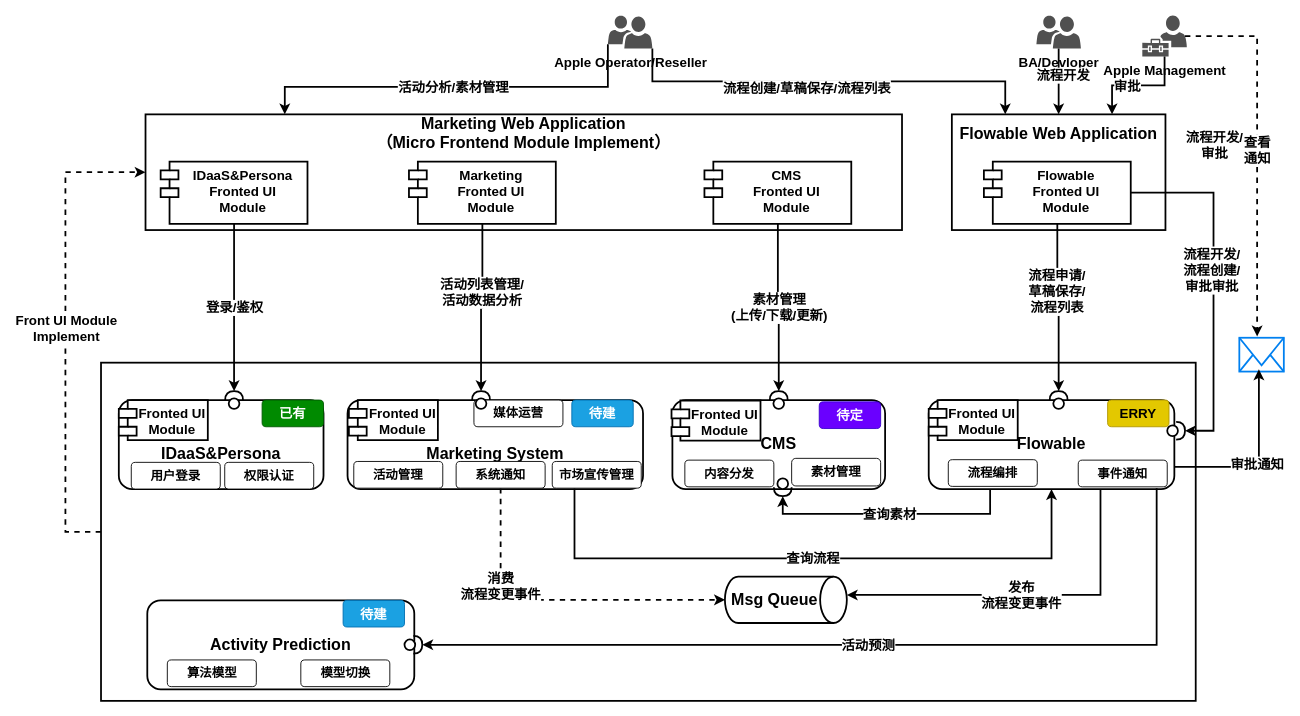
Above: page "mkt architecture-2" (15 of 19) of Enterprise-Architecture.drawio in jackie-thank/beego-authz (draw.io), before the change. Source tidied: cells renumbered, new cells numbered last; positions are measured from the earlier drawing's top-left corner, leaving out a move shared by most shapes. Both pictures are drawn from the tidied source at 89%, with x=0, y=0 at pixel (65, 15).
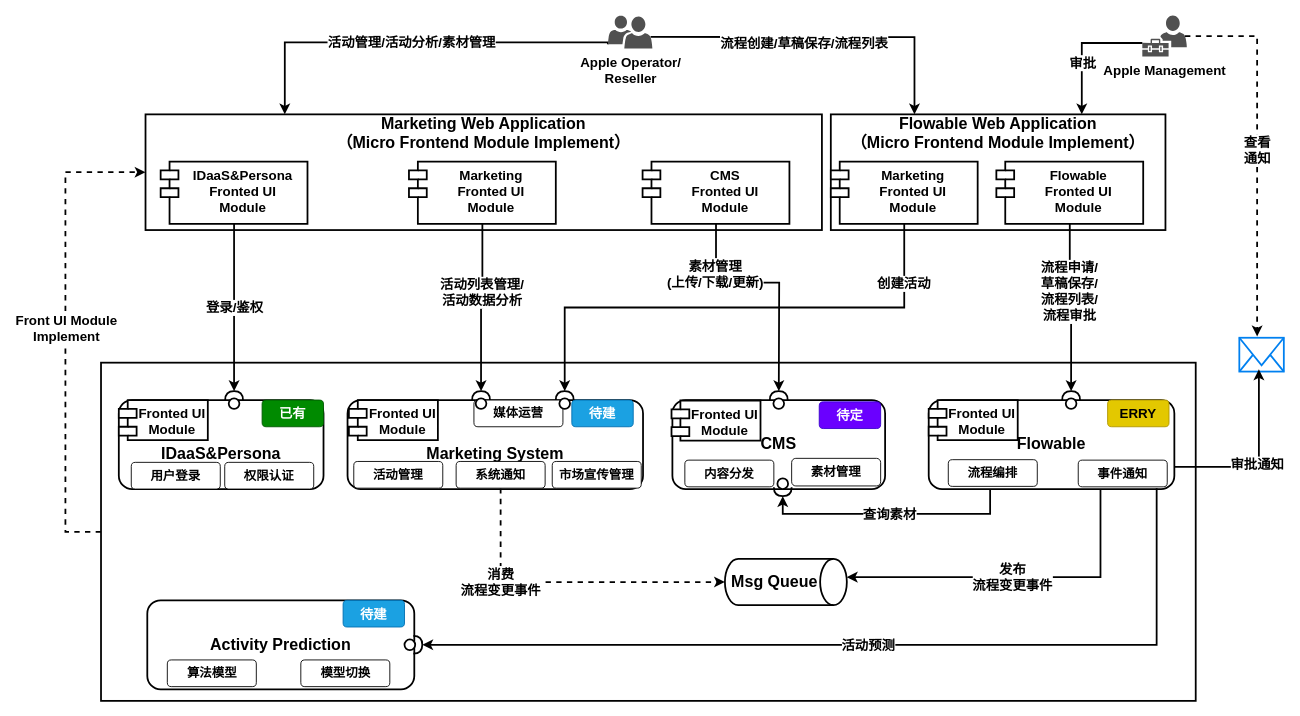
Above is the later version.

Unchanged cells that the change refers to:
```xml
<mxCell id="11" style="edgeStyle=orthogonalEdgeStyle;rounded=0;jettySize=auto;html=1;exitX=0.5;exitY=1;exitDx=0;exitDy=0;fontSize=15;fontStyle=0;strokeWidth=2;entryX=1;entryY=0.5;entryDx=0;entryDy=0;entryPerimeter=0;" parent="1" edge="1" source="17" target="61">
  <mxGeometry relative="1" as="geometry" />
</mxCell>
<mxCell id="24" value="Flowable" style="rounded=1;whiteSpace=wrap;html=1;strokeWidth=2;fontSize=18;fontStyle=1;" parent="1" vertex="1">
  <mxGeometry x="970" y="432" width="276" height="100" as="geometry" />
</mxCell>
<mxCell id="28" style="shape=providedRequiredInterface;html=1;verticalLabelPosition=bottom;sketch=0;strokeWidth=2;rotation=-180;direction=south;" parent="1" vertex="1">
  <mxGeometry x="791.5" y="422" width="20" height="20" as="geometry" />
</mxCell>
<mxCell id="31" value="Apple Management" style="sketch=0;shadow=0;dashed=0;html=1;strokeColor=none;labelPosition=center;verticalLabelPosition=bottom;verticalAlign=top;align=center;fillColor=#505050;shape=mxgraph.mscae.intune.user_management;fontSize=15;fontStyle=1;" parent="1" vertex="1">
  <mxGeometry x="1210" width="50" height="46" as="geometry" />
</mxCell>
<mxCell id="48" value="市场宣传管理" style="rounded=1;whiteSpace=wrap;html=1;fontStyle=1;fontSize=14;" parent="1" vertex="1">
  <mxGeometry x="547" y="501" width="100" height="30" as="geometry" />
</mxCell>
```

Change to the diagram source:
```diff
@@
-    <mxCell id="2" value="&lt;div&gt;Flowable Web Application&lt;/div&gt;&lt;div&gt;&lt;br&gt;&lt;/div&gt;&lt;div&gt;&lt;br&gt;&lt;/div&gt;&lt;div&gt;&lt;br&gt;&lt;/div&gt;&lt;div&gt;&lt;br&gt;&lt;/div&gt;" style="rounded=0;whiteSpace=wrap;html=1;strokeWidth=2;fontSize=18;fontStyle=1;" parent="1" vertex="1">
-      <mxGeometry x="996" y="111" width="240" height="130" as="geometry" />
+    <mxCell id="2" value="&lt;div&gt;Flowable Web Application&lt;/div&gt;&lt;div&gt;（Micro Frontend Module Implement）&lt;/div&gt;&lt;div&gt;&lt;br&gt;&lt;/div&gt;&lt;div&gt;&lt;br&gt;&lt;/div&gt;&lt;div&gt;&lt;br&gt;&lt;/div&gt;&lt;div&gt;&lt;br&gt;&lt;/div&gt;" style="rounded=0;whiteSpace=wrap;html=1;strokeWidth=2;fontSize=18;fontStyle=1;" parent="1" vertex="1">
+      <mxGeometry x="860" y="111" width="376" height="130" as="geometry" />
     </mxCell>
     <mxCell id="3" value="&lt;div&gt;Marketing Web Application&lt;/div&gt;&lt;div&gt;（Micro Frontend Module Implement）&lt;/div&gt;&lt;div&gt;&lt;br&gt;&lt;/div&gt;&lt;div&gt;&lt;br&gt;&lt;/div&gt;&lt;div&gt;&lt;br&gt;&lt;/div&gt;&lt;div&gt;&lt;br&gt;&lt;/div&gt;" style="rounded=0;whiteSpace=wrap;html=1;strokeWidth=2;fontSize=18;fontStyle=1;" parent="1" vertex="1">
-      <mxGeometry x="90" y="111" width="850" height="130" as="geometry" />
+      <mxGeometry x="90" y="111" width="760" height="130" as="geometry" />
     </mxCell>
@@
-    <mxCell id="12" value="&lt;div&gt;流程申请/&lt;/div&gt;&lt;div&gt;草稿保存/&lt;/div&gt;&lt;div&gt;流程列表&lt;/div&gt;" style="edgeLabel;html=1;align=center;verticalAlign=middle;fontSize=15;fontStyle=1;" parent="11" vertex="1">
+    <mxCell id="12" value="&lt;div&gt;流程申请/&lt;/div&gt;&lt;div&gt;草稿保存/&lt;/div&gt;&lt;div&gt;流程列表/&lt;/div&gt;&lt;div&gt;流程审批&lt;/div&gt;" style="edgeLabel;html=1;align=center;verticalAlign=middle;fontSize=15;fontStyle=1;" parent="11" vertex="1">
       <mxGeometry x="-0.21" y="-1" relative="1" as="geometry" />
     </mxCell>
     <mxCell id="13" value="&lt;div style=&quot;font-size: 15px;&quot;&gt;CMS&lt;/div&gt;&lt;div style=&quot;font-size: 15px;&quot;&gt;Fronted UI&lt;br style=&quot;font-size: 15px;&quot;&gt;&lt;/div&gt;&lt;div style=&quot;font-size: 15px;&quot;&gt;Module&lt;/div&gt;" style="shape=module;align=left;spacingLeft=20;align=center;verticalAlign=top;whiteSpace=wrap;html=1;fontSize=15;fontStyle=1;strokeWidth=2;" parent="1" vertex="1">
-      <mxGeometry x="718" y="164" width="165" height="70" as="geometry" />
+      <mxGeometry x="648.5" y="164" width="165" height="70" as="geometry" />
     </mxCell>
-    <mxCell id="14" style="rounded=0;jettySize=auto;html=1;exitX=1;exitY=0.5;exitDx=0;exitDy=0;entryX=1;entryY=0.5;entryDx=0;entryDy=0;strokeWidth=2;fontSize=15;fontStyle=1;entryPerimeter=0;edgeStyle=orthogonalEdgeStyle;" parent="1" edge="1" source="17" target="62">
-      <mxGeometry relative="1" as="geometry">
-        <Array as="points">
-          <mxPoint x="1290" y="199" />
-          <mxPoint x="1290" y="467" />
-        </Array>
-      </mxGeometry>
-    </mxCell>
-    <mxCell id="15" value="&lt;div&gt;流程开发/&lt;/div&gt;&lt;div&gt;审批&lt;/div&gt;" style="edgeLabel;html=1;align=center;verticalAlign=middle;fontSize=15;fontStyle=1;" parent="14" vertex="1">
-      <mxGeometry x="-0.12" relative="1" as="geometry">
-        <mxPoint y="-134" as="offset" />
-      </mxGeometry>
-    </mxCell>
-    <mxCell id="16" value="&lt;div&gt;流程开发/&lt;/div&gt;&lt;div&gt;流程创建/&lt;/div&gt;&lt;div&gt;审批审批&lt;/div&gt;" style="edgeLabel;html=1;align=center;verticalAlign=middle;fontSize=15;fontStyle=1;" parent="14" vertex="1">
-      <mxGeometry x="-0.09" y="-3" relative="1" as="geometry" />
-    </mxCell>
     <mxCell id="17" value="&lt;div style=&quot;font-size: 15px;&quot;&gt;&lt;div&gt;&lt;/div&gt;&lt;/div&gt;&lt;div&gt;Flowable&lt;/div&gt;&lt;div&gt;Fronted UI&lt;/div&gt;&lt;div&gt;Module&lt;/div&gt;" style="shape=module;align=left;spacingLeft=20;align=center;verticalAlign=top;whiteSpace=wrap;html=1;fontSize=15;fontStyle=1;strokeWidth=2;" parent="1" vertex="1">
-      <mxGeometry x="1032" y="164" width="165" height="70" as="geometry" />
+      <mxGeometry x="1046" y="164" width="165" height="70" as="geometry" />
     </mxCell>
@@
-    <mxCell id="27" value="查询流程" style="edgeStyle=orthogonalEdgeStyle;rounded=0;jettySize=auto;html=1;exitX=0.25;exitY=1;exitDx=0;exitDy=0;entryX=0.5;entryY=1;entryDx=0;entryDy=0;strokeWidth=2;fontSize=15;fontStyle=1;" parent="1" edge="1" source="48" target="24">
-      <mxGeometry relative="1" as="geometry">
-        <Array as="points">
-          <mxPoint x="572" y="610" />
-          <mxPoint x="1108" y="610" />
-        </Array>
-      </mxGeometry>
-    </mxCell>
@@
-    <mxCell id="33" style="rounded=0;jettySize=auto;html=1;exitX=0.5;exitY=1;exitDx=0;exitDy=0;exitPerimeter=0;strokeWidth=2;edgeStyle=orthogonalEdgeStyle;entryX=0.75;entryY=0;entryDx=0;entryDy=0;" parent="1" edge="1" source="31" target="2">
+    <mxCell id="33" style="rounded=0;jettySize=auto;html=1;exitX=0;exitY=0.67;exitDx=0;exitDy=0;exitPerimeter=0;strokeWidth=2;edgeStyle=orthogonalEdgeStyle;entryX=0.75;entryY=0;entryDx=0;entryDy=0;" parent="1" edge="1" source="31" target="2">
       <mxGeometry relative="1" as="geometry" />
     </mxCell>
@@
     <mxCell id="35" style="shape=cylinder3;whiteSpace=wrap;html=1;boundedLbl=1;backgroundOutline=1;size=15;rotation=90;strokeWidth=2;fontSize=18;fontStyle=1;" parent="1" vertex="1">
-      <mxGeometry x="783.5" y="588" width="52" height="137" as="geometry" />
+      <mxGeometry x="783.5" y="568" width="52" height="137" as="geometry" />
     </mxCell>
     <mxCell id="36" value="Msg Queue" style="text;html=1;align=center;verticalAlign=middle;whiteSpace=wrap;rounded=0;strokeWidth=2;fontSize=18;fontStyle=1;" parent="1" vertex="1">
-      <mxGeometry x="747" y="641.5" width="100" height="30" as="geometry" />
+      <mxGeometry x="747" y="621.5" width="100" height="30" as="geometry" />
     </mxCell>
@@
-    <mxCell id="38" style="rounded=0;jettySize=auto;html=1;exitX=1;exitY=1;exitDx=0;exitDy=0;exitPerimeter=0;entryX=0.25;entryY=0;entryDx=0;entryDy=0;strokeWidth=2;edgeStyle=orthogonalEdgeStyle;" parent="1" edge="1" source="41" target="2">
-      <mxGeometry relative="1" as="geometry" />
+    <mxCell id="38" style="rounded=0;jettySize=auto;html=1;exitX=0.96;exitY=0.65;exitDx=0;exitDy=0;exitPerimeter=0;entryX=0.25;entryY=0;entryDx=0;entryDy=0;strokeWidth=2;edgeStyle=orthogonalEdgeStyle;" parent="1" edge="1" source="41" target="2">
+      <mxGeometry relative="1" as="geometry">
+        <Array as="points">
+          <mxPoint x="954" y="24" />
+        </Array>
+      </mxGeometry>
     </mxCell>
@@
-    <mxCell id="40" value="活动分析/素材管理" style="rounded=0;jettySize=auto;html=1;exitX=0;exitY=0.87;exitDx=0;exitDy=0;exitPerimeter=0;entryX=0.25;entryY=0;entryDx=0;entryDy=0;strokeWidth=2;fontSize=15;fontStyle=1;edgeStyle=orthogonalEdgeStyle;" parent="1" edge="1" source="41">
+    <mxCell id="40" value="活动管理/活动分析/素材管理" style="rounded=0;jettySize=auto;html=1;exitX=0;exitY=0.87;exitDx=0;exitDy=0;exitPerimeter=0;entryX=0.25;entryY=0;entryDx=0;entryDy=0;strokeWidth=2;fontSize=15;fontStyle=1;edgeStyle=orthogonalEdgeStyle;" parent="1" edge="1" source="41">
       <mxGeometry relative="1" as="geometry">
         <mxPoint x="246.5" y="111" as="targetPoint" />
         <Array as="points">
-          <mxPoint x="609" y="80" />
-          <mxPoint x="247" y="80" />
+          <mxPoint x="610" y="30" />
+          <mxPoint x="247" y="30" />
         </Array>
       </mxGeometry>
     </mxCell>
-    <mxCell id="41" value="Apple Operator/Reseller" style="sketch=0;shadow=0;dashed=0;html=1;strokeColor=none;labelPosition=center;verticalLabelPosition=bottom;verticalAlign=top;align=center;fillColor=#505050;shape=mxgraph.mscae.intune.user_group;fontSize=15;fontStyle=1;" parent="1" vertex="1">
+    <mxCell id="41" value="&lt;div&gt;Apple Operator/&lt;/div&gt;&lt;div&gt;Reseller&lt;/div&gt;" style="sketch=0;shadow=0;dashed=0;html=1;strokeColor=none;labelPosition=center;verticalLabelPosition=bottom;verticalAlign=top;align=center;fillColor=#505050;shape=mxgraph.mscae.intune.user_group;fontSize=15;fontStyle=1;" parent="1" vertex="1">
       <mxGeometry x="609.5" width="50" height="37" as="geometry" />
     </mxCell>
@@
-    <mxCell id="56" value="BA/Devloper" style="sketch=0;shadow=0;dashed=0;html=1;strokeColor=none;labelPosition=center;verticalLabelPosition=bottom;verticalAlign=top;align=center;fillColor=#505050;shape=mxgraph.mscae.intune.user_group;fontSize=15;fontStyle=1;" parent="1" vertex="1">
-      <mxGeometry x="1091" width="50" height="37" as="geometry" />
-    </mxCell>
-    <mxCell id="57" style="rounded=0;jettySize=auto;html=1;exitX=0.5;exitY=1;exitDx=0;exitDy=0;exitPerimeter=0;strokeWidth=2;edgeStyle=orthogonalEdgeStyle;entryX=0.5;entryY=0;entryDx=0;entryDy=0;" parent="1" edge="1" source="56" target="2">
-      <mxGeometry relative="1" as="geometry" />
-    </mxCell>
-    <mxCell id="58" value="流程开发" style="edgeLabel;html=1;align=center;verticalAlign=middle;fontSize=15;fontStyle=1;" parent="57" vertex="1">
-      <mxGeometry x="-0.23" y="4" relative="1" as="geometry">
-        <mxPoint y="1" as="offset" />
-      </mxGeometry>
-    </mxCell>
@@
     <mxCell id="61" style="shape=providedRequiredInterface;html=1;verticalLabelPosition=bottom;sketch=0;strokeWidth=2;rotation=-180;direction=south;" parent="1" vertex="1">
-      <mxGeometry x="1106" y="422" width="20" height="20" as="geometry" />
+      <mxGeometry x="1120" y="422" width="20" height="20" as="geometry" />
     </mxCell>
-    <mxCell id="62" style="shape=providedRequiredInterface;html=1;verticalLabelPosition=bottom;sketch=0;strokeWidth=2;rotation=-90;direction=south;" parent="1" vertex="1">
-      <mxGeometry x="1238" y="456.5" width="20" height="20" as="geometry" />
-    </mxCell>
@@
     <mxCell id="68" value="&lt;div&gt;素材管理&lt;/div&gt;&lt;div&gt;(上传/下载/更新)&lt;/div&gt;" style="edgeStyle=orthogonalEdgeStyle;rounded=0;jettySize=auto;html=1;exitX=0.5;exitY=1;exitDx=0;exitDy=0;fontSize=15;fontStyle=1;strokeWidth=2;" parent="1" edge="1" source="13" target="28">
-      <mxGeometry relative="1" as="geometry" />
+      <mxGeometry x="-0.57" y="-1" relative="1" as="geometry">
+        <Array as="points">
+          <mxPoint x="731" y="300" />
+          <mxPoint x="802" y="300" />
+        </Array>
+      </mxGeometry>
     </mxCell>
@@
+    <mxCell id="74" style="edgeStyle=orthogonalEdgeStyle;rounded=0;jettySize=auto;html=1;exitX=0.5;exitY=1;exitDx=0;exitDy=0;entryX=1;entryY=0.5;entryDx=0;entryDy=0;entryPerimeter=0;strokeWidth=2;fontSize=15;fontStyle=1;" parent="1" edge="1" source="76" target="77">
+      <mxGeometry relative="1" as="geometry" />
+    </mxCell>
+    <mxCell id="75" value="创建活动" style="edgeLabel;html=1;align=center;verticalAlign=middle;fontSize=15;fontStyle=1;" parent="74" vertex="1">
+      <mxGeometry x="-0.4" y="1" relative="1" as="geometry">
+        <mxPoint x="76" y="-29" as="offset" />
+      </mxGeometry>
+    </mxCell>
+    <mxCell id="76" value="&lt;div style=&quot;font-size: 15px;&quot;&gt;&lt;div&gt;Marketing&lt;/div&gt;&lt;div&gt;Fronted UI&lt;/div&gt;&lt;div&gt;Module&lt;/div&gt;&lt;/div&gt;" style="shape=module;align=left;spacingLeft=20;align=center;verticalAlign=top;whiteSpace=wrap;html=1;fontSize=15;fontStyle=1;strokeWidth=2;" parent="1" vertex="1">
+      <mxGeometry x="860" y="164" width="165" height="70" as="geometry" />
+    </mxCell>
+    <mxCell id="77" style="shape=providedRequiredInterface;html=1;verticalLabelPosition=bottom;sketch=0;strokeWidth=2;rotation=-180;direction=south;" parent="1" vertex="1">
+      <mxGeometry x="551" y="422" width="20" height="20" as="geometry" />
+    </mxCell>
```
